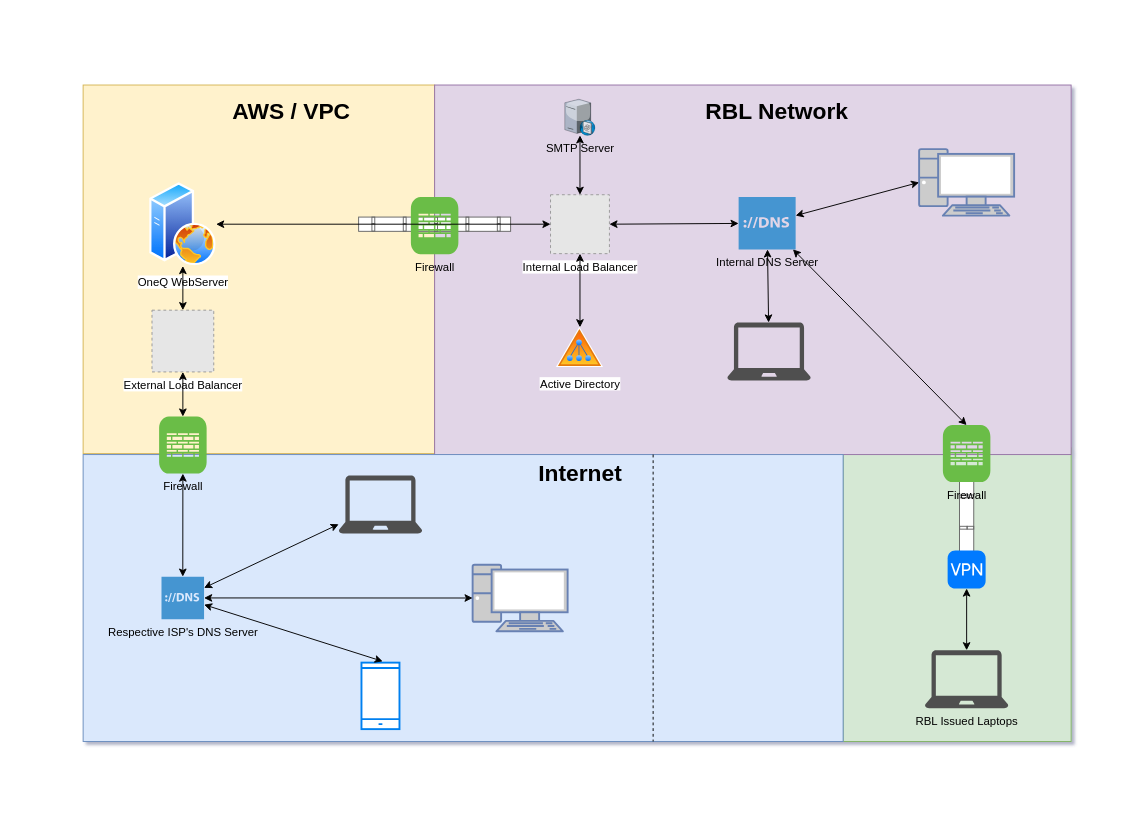
alololy18/Sandbox keeps this draw.io diagram as OneQ_Network_Diagram.drawio. Above is the earlier version. Source tidied: cells renumbered, new cells numbered last; positions are measured from the earlier drawing's top-left corner, leaving out a move shared by most shapes. Both pictures are drawn from the tidied source at 95%, with x=0, y=0 at pixel (83, 85). Pictures stored in the file or linked from it are replaced by grey dashed boxes.
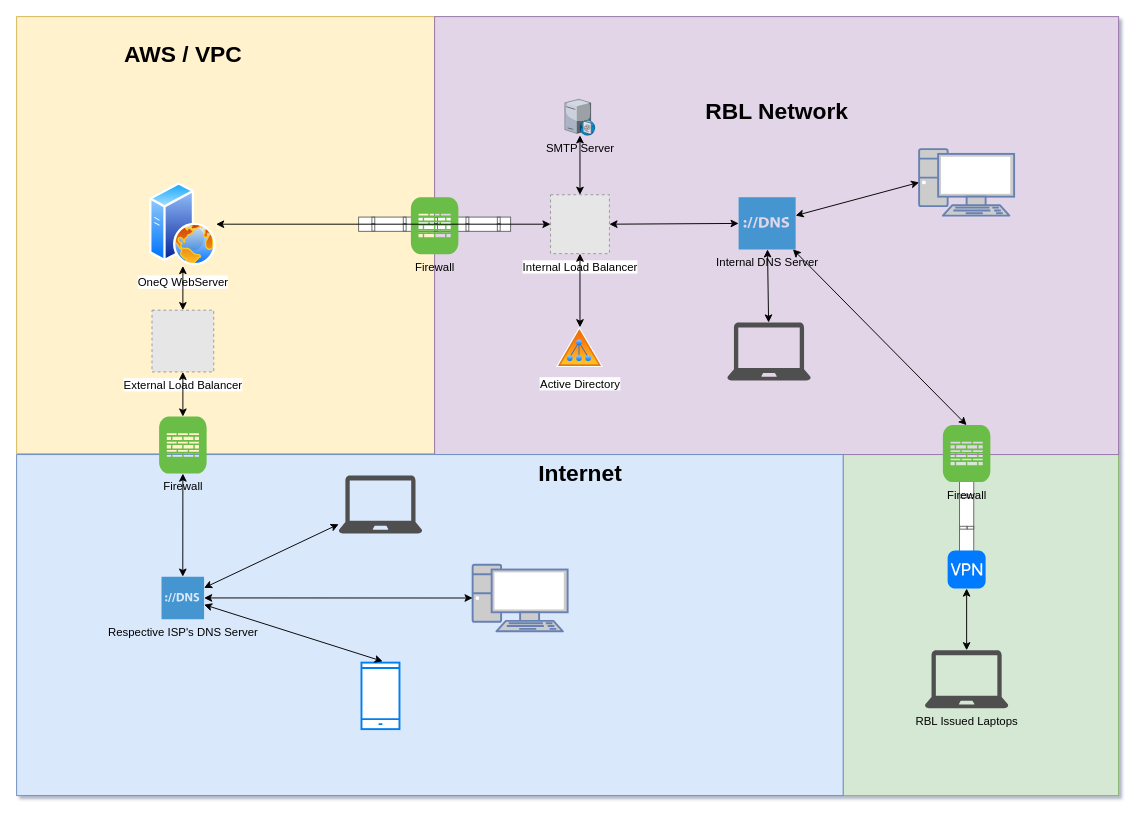
The same diagram, later.

Diff of the diagram source:
```diff
@@
     <mxCell id="2" style="rounded=0;whiteSpace=wrap;html=1;fillColor=#d5e8d4;strokeColor=#82b366;" parent="1" vertex="1">
-      <mxGeometry x="800" y="382" width="240" height="309" as="geometry" />
+      <mxGeometry x="800" y="382" width="290" height="366" as="geometry" />
     </mxCell>
     <mxCell id="3" style="rounded=0;whiteSpace=wrap;html=1;fillColor=#fff2cc;strokeColor=#d6b656;" parent="1" vertex="1">
-      <mxGeometry width="370" height="388" as="geometry" />
+      <mxGeometry x="-70" y="-72" width="440" height="460" as="geometry" />
     </mxCell>
     <mxCell id="4" style="rounded=0;whiteSpace=wrap;html=1;fillColor=#e1d5e7;strokeColor=#9673a6;" parent="1" vertex="1">
-      <mxGeometry x="370" width="670" height="389" as="geometry" />
+      <mxGeometry x="370" y="-72" width="720" height="461" as="geometry" />
     </mxCell>
     <mxCell id="5" style="rounded=0;whiteSpace=wrap;html=1;fillColor=#dae8fc;strokeColor=#6c8ebf;" parent="1" vertex="1">
-      <mxGeometry y="389" width="800" height="302" as="geometry" />
+      <mxGeometry x="-70" y="389" width="870" height="359" as="geometry" />
     </mxCell>
@@
     <mxCell id="22" value="AWS / VPC" style="text;strokeColor=none;fillColor=none;html=1;fontSize=24;fontStyle=1;verticalAlign=middle;align=center;" parent="1" vertex="1">
-      <mxGeometry x="169" y="8" width="100" height="40" as="geometry" />
+      <mxGeometry x="55" y="-52" width="100" height="40" as="geometry" />
     </mxCell>
@@
-    <mxCell id="39" style="endArrow=none;dashed=1;html=1;entryX=0.75;entryY=1;entryDx=0;entryDy=0;exitX=0.75;exitY=0;exitDx=0;exitDy=0;" parent="1" edge="1" source="5" target="5">
-      <mxGeometry relative="1" as="geometry" />
-    </mxCell>
```
